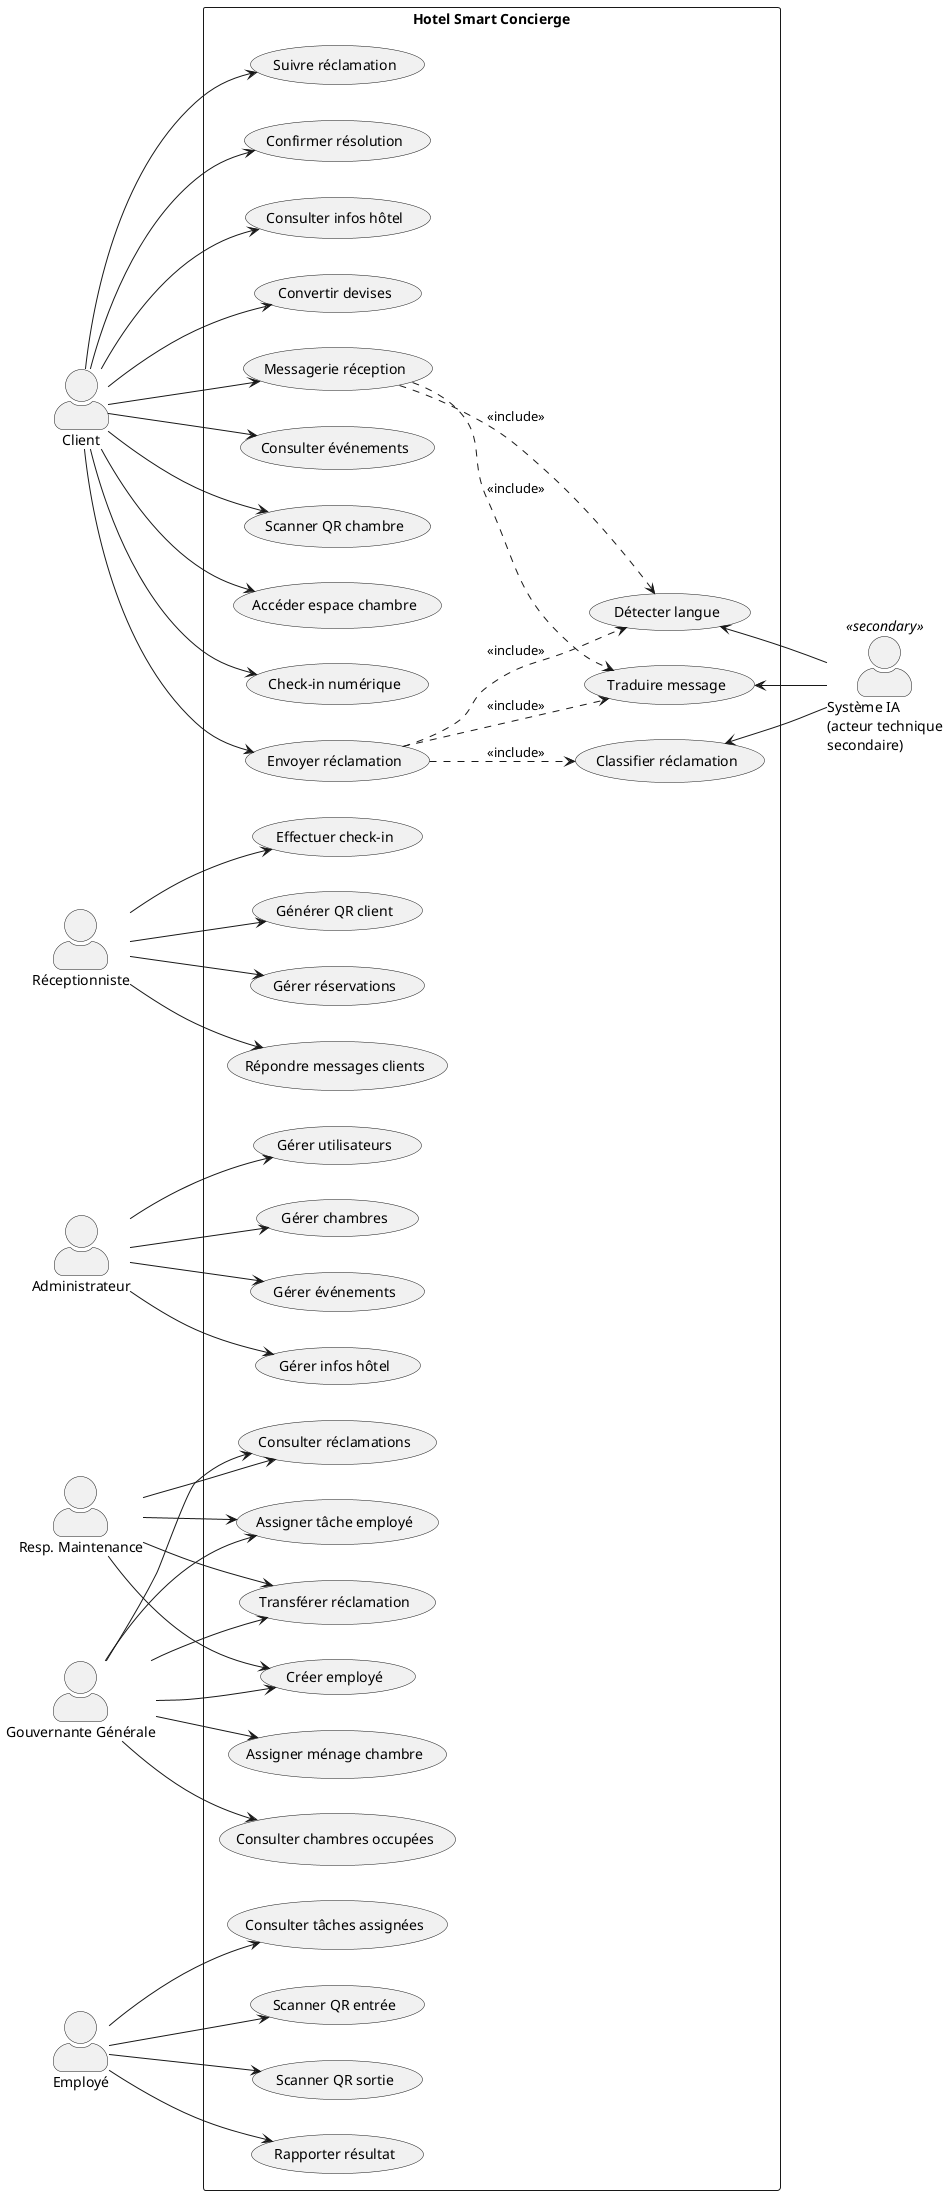
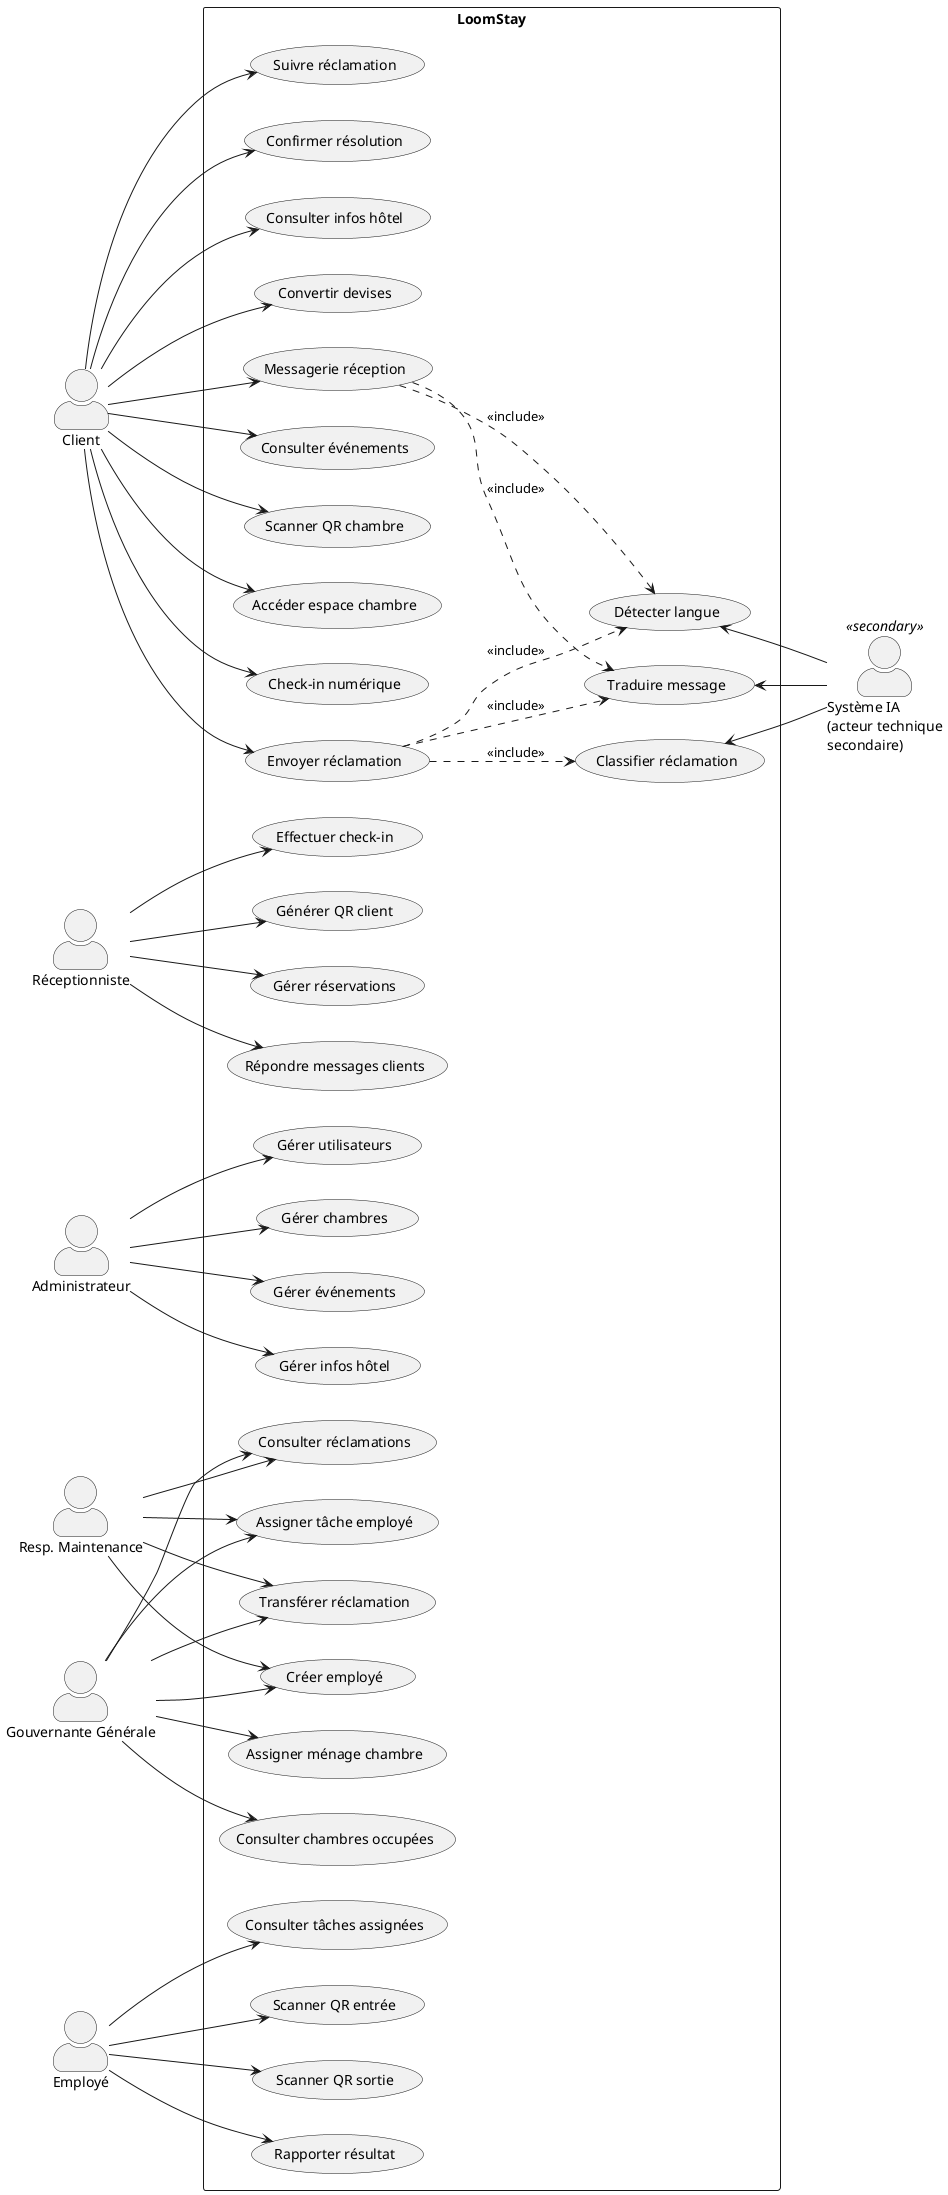
@startuml
left to right direction
skinparam actorStyle awesome

actor "Client" as C
actor "Réceptionniste" as R
actor "Administrateur" as A
actor "Resp. Maintenance" as MM
actor "Gouvernante Générale" as HM
actor "Employé" as E
actor "Système IA\n(acteur technique\nsecondaire)" as IA <<secondary>>

- rectangle "Hotel Smart Concierge" {
+ rectangle "LoomStay" {
  ' Client
  usecase "Scanner QR chambre" as UC1
  usecase "Accéder espace chambre" as UC2
  usecase "Check-in numérique" as UC3
  usecase "Envoyer réclamation" as UC4
  usecase "Suivre réclamation" as UC5
  usecase "Confirmer résolution" as UC6
  usecase "Consulter infos hôtel" as UC7
  usecase "Convertir devises" as UC8
  usecase "Messagerie réception" as UC9
  usecase "Consulter événements" as UC10

  ' Réceptionniste
  usecase "Effectuer check-in" as UC11
  usecase "Générer QR client" as UC12
  usecase "Gérer réservations" as UC13
  usecase "Répondre messages clients" as UC14

  ' Admin
  usecase "Gérer utilisateurs" as UC15
  usecase "Gérer chambres" as UC16
  usecase "Gérer événements" as UC17
  usecase "Gérer infos hôtel" as UC18

  ' Manager
  usecase "Consulter réclamations" as UC19
  usecase "Assigner tâche employé" as UC20
  usecase "Transférer réclamation" as UC21
  usecase "Créer employé" as UC22

  ' Gouvernante
  usecase "Assigner ménage chambre" as UC23
  usecase "Consulter chambres occupées" as UC24

  ' Employé
  usecase "Consulter tâches assignées" as UC25
  usecase "Scanner QR entrée" as UC26
  usecase "Scanner QR sortie" as UC27
  usecase "Rapporter résultat" as UC28

  ' IA (technique)
  usecase "Détecter langue" as UC29
  usecase "Traduire message" as UC30
  usecase "Classifier réclamation" as UC31
}

C --> UC1
C --> UC2
C --> UC3
C --> UC4
C --> UC5
C --> UC6
C --> UC7
C --> UC8
C --> UC9
C --> UC10

R --> UC11
R --> UC12
R --> UC13
R --> UC14

A --> UC15
A --> UC16
A --> UC17
A --> UC18

MM --> UC19
MM --> UC20
MM --> UC21
MM --> UC22

HM --> UC19
HM --> UC20
HM --> UC21
HM --> UC22
HM --> UC23
HM --> UC24

E --> UC25
E --> UC26
E --> UC27
E --> UC28

UC4 ..> UC29 : <<include>>
UC4 ..> UC30 : <<include>>
UC4 ..> UC31 : <<include>>

UC9 ..> UC29 : <<include>>
UC9 ..> UC30 : <<include>>

UC29 <-- IA
UC30 <-- IA
UC31 <-- IA

@enduml
